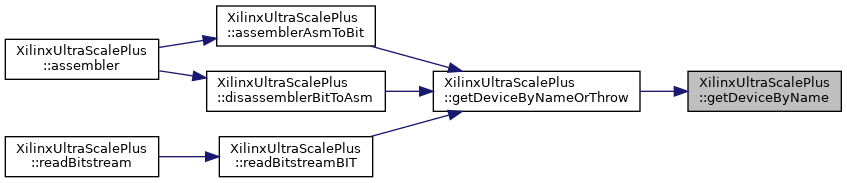
This is classXilinxUltraScalePlus_aff5435669bcff7d1a37611e13d32a3f4_icgraph.png from FPGA-Research-Manchester/byteman, a Graphviz export, as it was before one commit. Its source is kept beside it as classXilinxUltraScalePlus_aff5435669bcff7d1a37611e13d32a3f4_icgraph.dot.
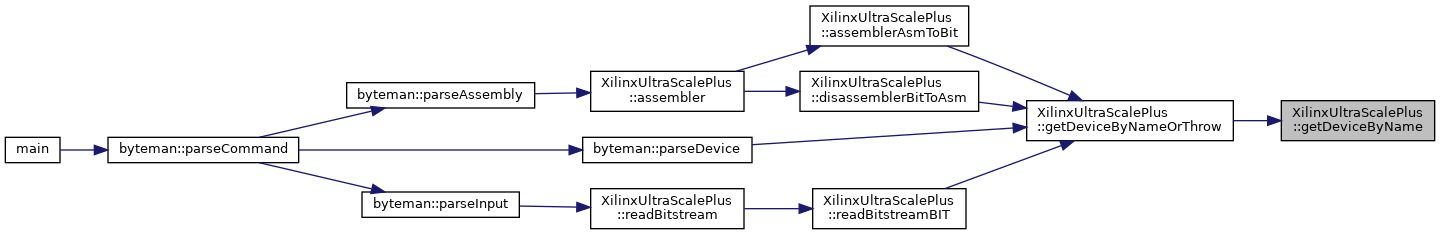
The same diagram one commit later.

Diff of the diagram source:
```diff
@@ -10,11 +10,23 @@
   Node3 [label="XilinxUltraScalePlus\l::assemblerAsmToBit",height=0.2,width=0.4,color="black", fillcolor="white", style="filled",URL="$classXilinxUltraScalePlus.html#a058802c627c4177c6fd88ca079551207",tooltip=" "];
   Node3 -> Node4 [dir="back",color="midnightblue",fontsize="10",style="solid",fontname="Helvetica"];
   Node4 [label="XilinxUltraScalePlus\l::assembler",height=0.2,width=0.4,color="black", fillcolor="white", style="filled",URL="$classXilinxUltraScalePlus.html#a53e5f6ec962f1f2a961f90b8b9e90e10",tooltip=" "];
-  Node2 -> Node5 [dir="back",color="midnightblue",fontsize="10",style="solid",fontname="Helvetica"];
-  Node5 [label="XilinxUltraScalePlus\l::disassemblerBitToAsm",height=0.2,width=0.4,color="black", fillcolor="white", style="filled",URL="$classXilinxUltraScalePlus.html#a54f9af4b6723a99c0b9e8e9c9b424d00",tooltip=" "];
-  Node5 -> Node4 [dir="back",color="midnightblue",fontsize="10",style="solid",fontname="Helvetica"];
-  Node2 -> Node6 [dir="back",color="midnightblue",fontsize="10",style="solid",fontname="Helvetica"];
-  Node6 [label="XilinxUltraScalePlus\l::readBitstreamBIT",height=0.2,width=0.4,color="black", fillcolor="white", style="filled",URL="$classXilinxUltraScalePlus.html#a62dea738808396d7d520f26d8e5594d2",tooltip=" "];
+  Node4 -> Node5 [dir="back",color="midnightblue",fontsize="10",style="solid",fontname="Helvetica"];
+  Node5 [label="byteman::parseAssembly",height=0.2,width=0.4,color="black", fillcolor="white", style="filled",URL="$classbyteman.html#a5e7f2e31d95626075a6ce22b54ecbbf8",tooltip=" "];
+  Node5 -> Node6 [dir="back",color="midnightblue",fontsize="10",style="solid",fontname="Helvetica"];
+  Node6 [label="byteman::parseCommand",height=0.2,width=0.4,color="black", fillcolor="white", style="filled",URL="$classbyteman.html#a97ad2d6b20a10ddb0dd8d373159eea4e",tooltip=" "];
   Node6 -> Node7 [dir="back",color="midnightblue",fontsize="10",style="solid",fontname="Helvetica"];
-  Node7 [label="XilinxUltraScalePlus\l::readBitstream",height=0.2,width=0.4,color="black", fillcolor="white", style="filled",URL="$classXilinxUltraScalePlus.html#a0e5d08a2e5c37a29a1a04d50b48739d2",tooltip=" "];
+  Node7 [label="main",height=0.2,width=0.4,color="black", fillcolor="white", style="filled",URL="$byteman_8cpp.html#a0ddf1224851353fc92bfbff6f499fa97",tooltip=" "];
+  Node2 -> Node8 [dir="back",color="midnightblue",fontsize="10",style="solid",fontname="Helvetica"];
+  Node8 [label="XilinxUltraScalePlus\l::disassemblerBitToAsm",height=0.2,width=0.4,color="black", fillcolor="white", style="filled",URL="$classXilinxUltraScalePlus.html#a54f9af4b6723a99c0b9e8e9c9b424d00",tooltip=" "];
+  Node8 -> Node4 [dir="back",color="midnightblue",fontsize="10",style="solid",fontname="Helvetica"];
+  Node2 -> Node9 [dir="back",color="midnightblue",fontsize="10",style="solid",fontname="Helvetica"];
+  Node9 [label="byteman::parseDevice",height=0.2,width=0.4,color="black", fillcolor="white", style="filled",URL="$classbyteman.html#ae08e2c9557d8266f20780e1c14cf9f45",tooltip=" "];
+  Node9 -> Node6 [dir="back",color="midnightblue",fontsize="10",style="solid",fontname="Helvetica"];
+  Node2 -> Node10 [dir="back",color="midnightblue",fontsize="10",style="solid",fontname="Helvetica"];
+  Node10 [label="XilinxUltraScalePlus\l::readBitstreamBIT",height=0.2,width=0.4,color="black", fillcolor="white", style="filled",URL="$classXilinxUltraScalePlus.html#a62dea738808396d7d520f26d8e5594d2",tooltip=" "];
+  Node10 -> Node11 [dir="back",color="midnightblue",fontsize="10",style="solid",fontname="Helvetica"];
+  Node11 [label="XilinxUltraScalePlus\l::readBitstream",height=0.2,width=0.4,color="black", fillcolor="white", style="filled",URL="$classXilinxUltraScalePlus.html#a0e5d08a2e5c37a29a1a04d50b48739d2",tooltip=" "];
+  Node11 -> Node12 [dir="back",color="midnightblue",fontsize="10",style="solid",fontname="Helvetica"];
+  Node12 [label="byteman::parseInput",height=0.2,width=0.4,color="black", fillcolor="white", style="filled",URL="$classbyteman.html#ac217ac1dbc512bf44a70b147c0ceff04",tooltip=" "];
+  Node12 -> Node6 [dir="back",color="midnightblue",fontsize="10",style="solid",fontname="Helvetica"];
 }
```
